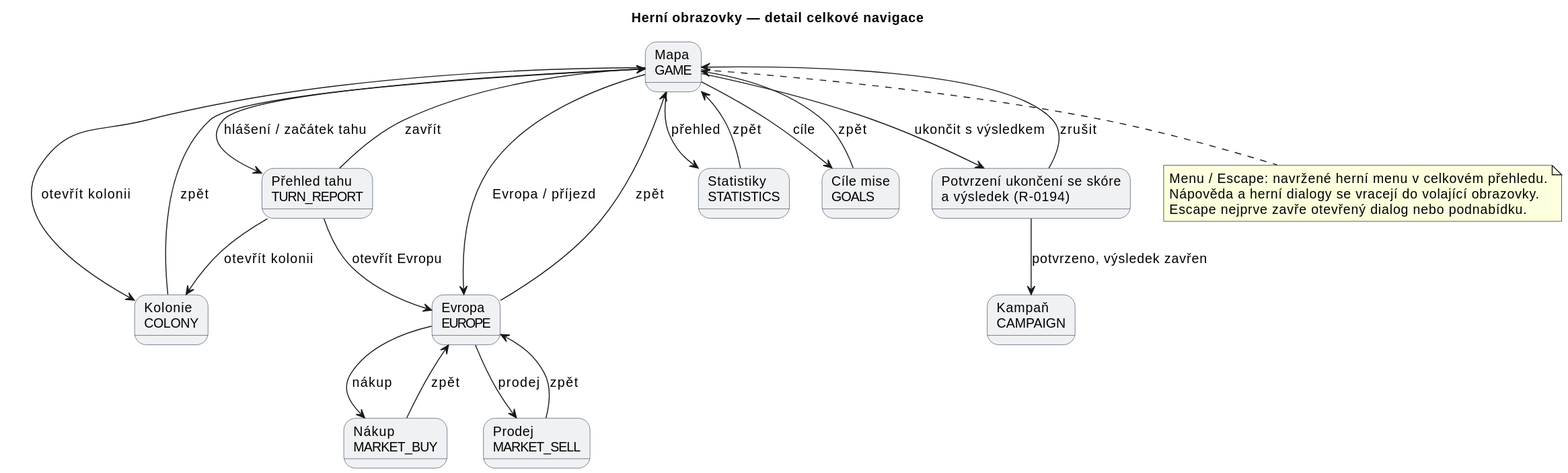
jajir/microcol keeps this PlantUML diagram as docs/diagrams/save-load/game-screens.svg. Above is the earlier version. Its diagram source:
```plantuml
@startuml
title Herní obrazovky — detail celkové navigace
skinparam shadowing false
skinparam defaultFontName SansSerif
skinparam defaultFontSize 14
skinparam state {
  BackgroundColor #F0F1F3
  BorderColor #475569
}
  state "Mapa\nGAME" as Map
  state "Kolonie\nCOLONY" as Colony
  state "Evropa\nEUROPE" as Europe
  state "Nákup\nMARKET_BUY" as Buy
  state "Prodej\nMARKET_SELL" as Sell
  state "Statistiky\nSTATISTICS" as Stats
  state "Přehled tahu\nTURN_REPORT" as Report
  state "Cíle mise\nGOALS" as Goals
  Map --> Colony : otevřít kolonii
  Colony --> Map : zpět
  Map --> Europe : Evropa / příjezd
  Europe --> Map : zpět
  Europe --> Buy : nákup
  Buy --> Europe : zpět
  Europe --> Sell : prodej
  Sell --> Europe : zpět
  Map --> Stats : přehled
  Stats --> Map : zpět
  Map --> Report : hlášení / začátek tahu
  Report --> Map : zavřít
  Report --> Colony : otevřít kolonii
  Report --> Europe : otevřít Evropu
  Map --> Goals : cíle
  Goals --> Map : zpět
state "Potvrzení ukončení se skóre\na výsledek (R-0194)" as Retire
state "Kampaň\nCAMPAIGN" as Campaign
Map --> Retire : ukončit s výsledkem
Retire --> Map : zrušit
Retire --> Campaign : potvrzeno, výsledek zavřen
note bottom of Map
  Menu / Escape: navržené herní menu v celkovém přehledu.
  Nápověda a herní dialogy se vracejí do volající obrazovky.
  Escape nejprve zavře otevřený dialog nebo podnabídku.
end note
@enduml
```
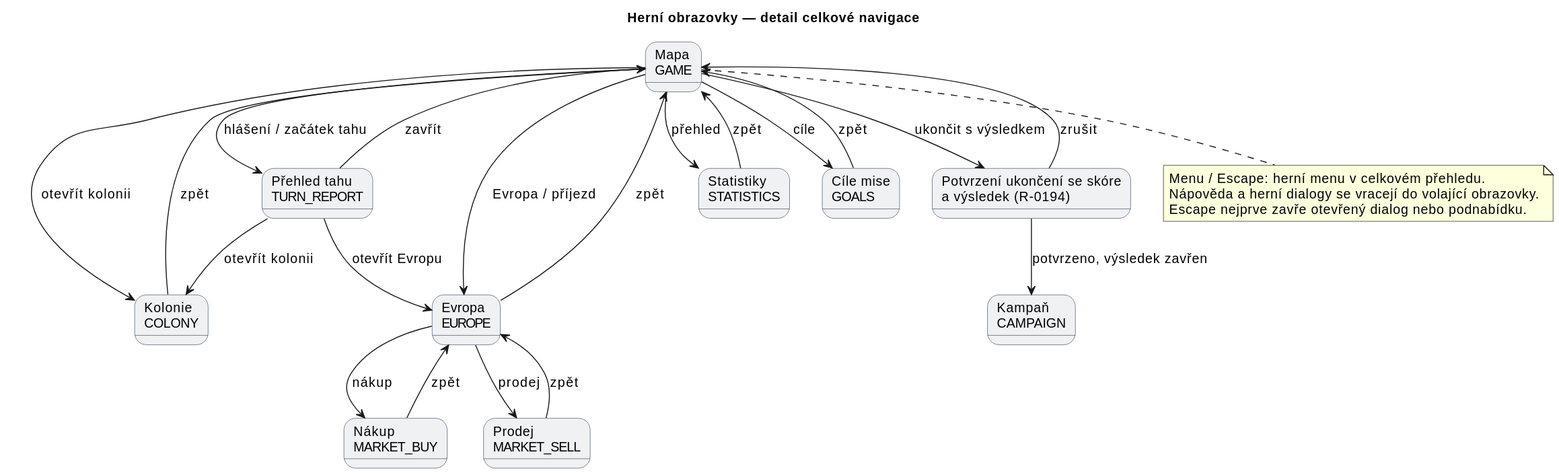
After the commit.

Diff of the diagram source:
```diff
@@ -37,7 +37,7 @@
 Retire --> Map : zrušit
 Retire --> Campaign : potvrzeno, výsledek zavřen
 note bottom of Map
-  Menu / Escape: navržené herní menu v celkovém přehledu.
+  Menu / Escape: herní menu v celkovém přehledu.
   Nápověda a herní dialogy se vracejí do volající obrazovky.
   Escape nejprve zavře otevřený dialog nebo podnabídku.
 end note
```
